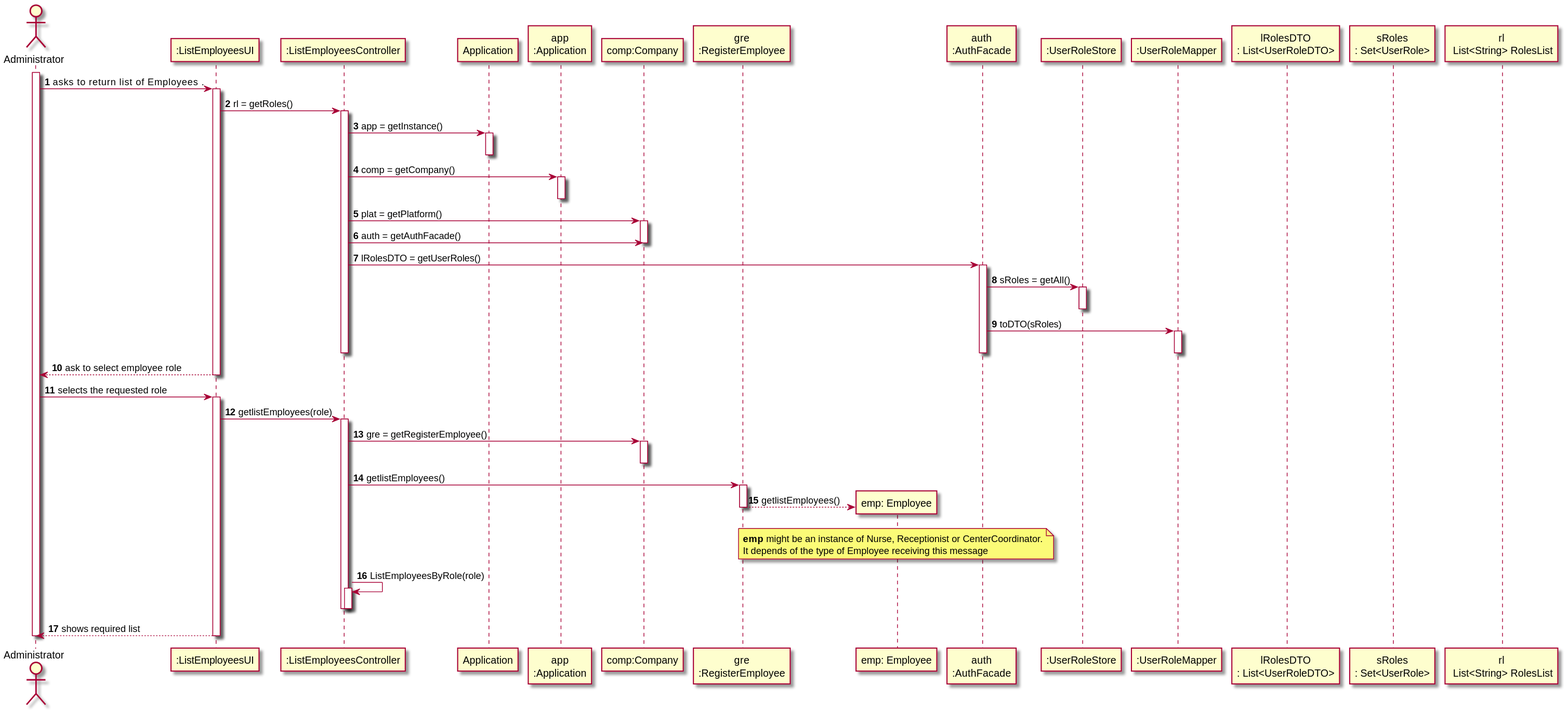
Above: docs/SprintB/UserStories/US11/US11_SD.svg in diogonapoles/isep-lapr2 (PlantUML), before the change.
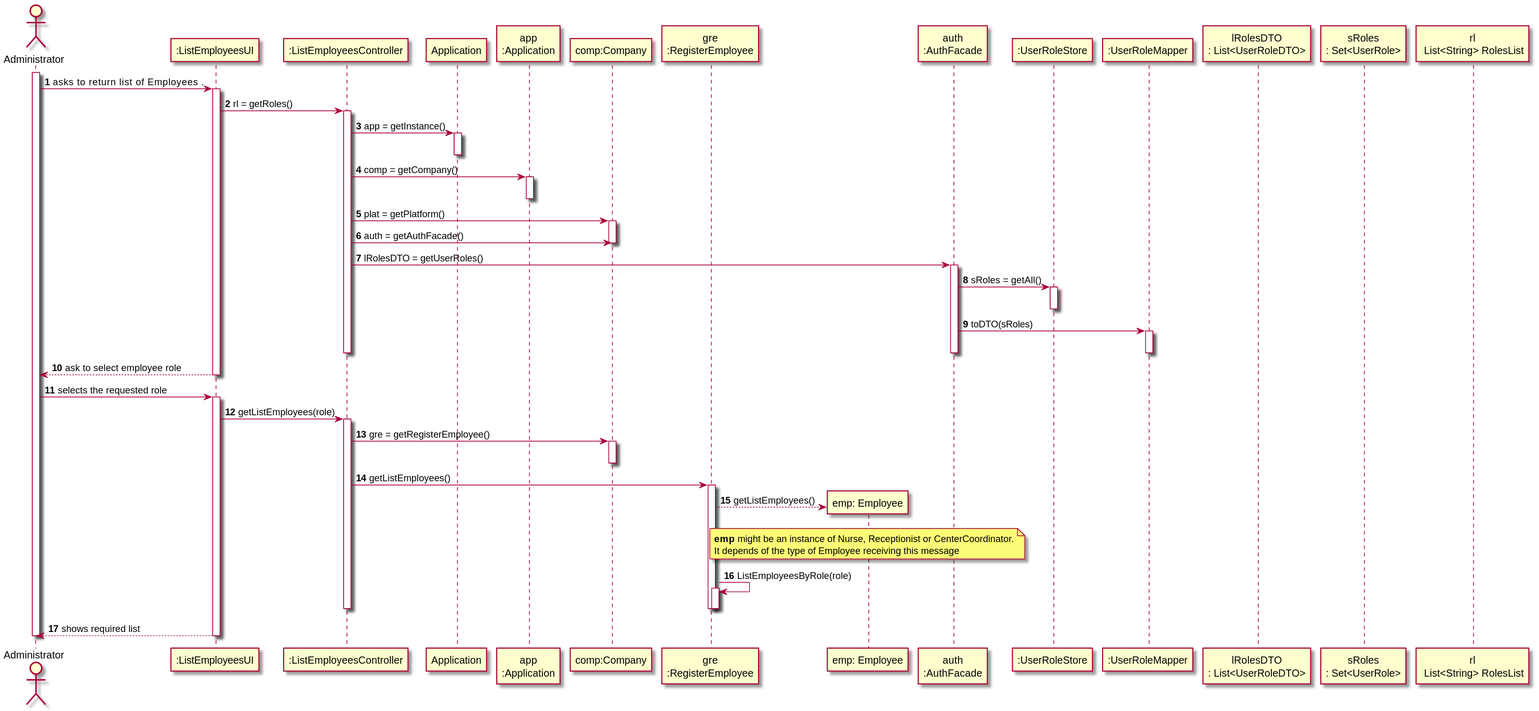
After the change.

What changed in the source:
```diff
@@ -66,24 +66,25 @@
 
 
 
-UI -> CTRL : getlistEmployees(role)
+UI -> CTRL : getListEmployees(role)
 activate CTRL
 
 CTRL -> COMP : gre = getRegisterEmployee()
 activate COMP
 deactivate COMP
 
-CTRL -> RE : getlistEmployees()
+CTRL -> RE : getListEmployees()
 activate RE
 
 
-RE --> EMP** : getlistEmployees()
+RE --> EMP** : getListEmployees()
 note over EMP : **emp** might be an instance of Nurse, Receptionist or CenterCoordinator.\nIt depends of the type of Employee receiving this message
 
+
+RE -> RE : ListEmployeesByRole(role)
+activate RE
 deactivate RE
-CTRL -> CTRL : ListEmployeesByRole(role)
-activate CTRL
-Deactivate CTRL
+deactivate RE
 
 
 
```
